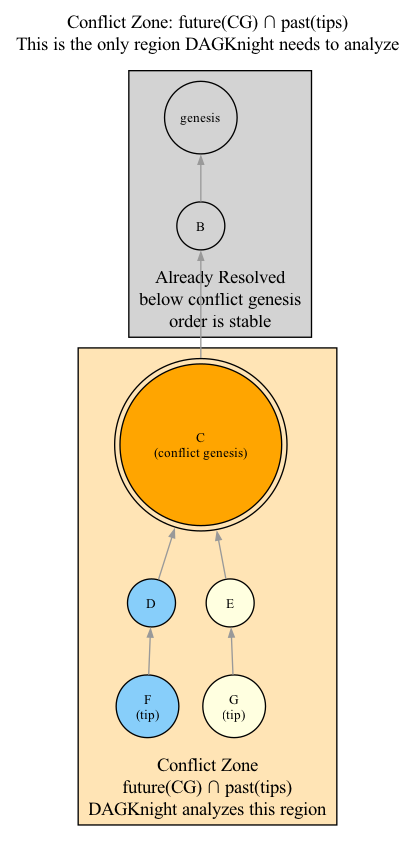
coderofstuff/dk-wiki keeps this Graphviz diagram as png/03-conflict-zone.png. Above is the earlier version. Its source is kept beside it as dot/03-conflict-zone.dot.
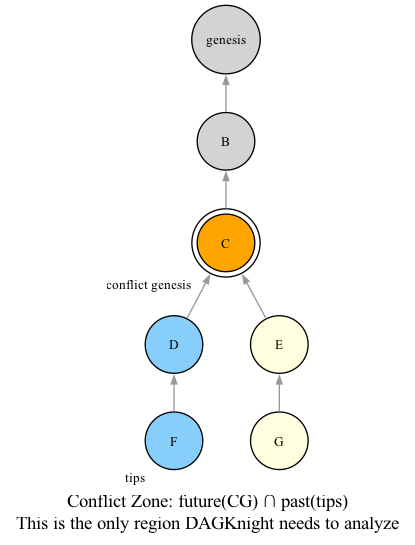
After the commit.

Change to the diagram source:
```diff
@@ -1,16 +1,17 @@
 digraph conflict_zone {
     rankdir=BT;
-    node [shape=circle, style=filled, fontsize=10];
+    nodesep=0.5;
+    ranksep=0.4;
+    node [shape=circle, style=filled, fontsize=10, width=0.6, height=0.6];
     edge [arrowsize=0.6, color=gray60];
 
     label="Conflict Zone: future(CG) ∩ past(tips)\nThis is the only region DAGKnight needs to analyze";
-    labelloc=t;
 
-    F [label="F\n(tip)", fillcolor=lightskyblue];
-    G [label="G\n(tip)", fillcolor=lightyellow];
+    F [label="F", fillcolor=lightskyblue, xlabel="tips"];
+    G [label="G", fillcolor=lightyellow];
     D [label="D", fillcolor=lightskyblue];
     E [label="E", fillcolor=lightyellow];
-    C [label="C\n(conflict genesis)", fillcolor=orange, shape=doublecircle];
+    C [label="C", fillcolor=orange, shape=doublecircle, xlabel="conflict genesis"];
     B [label="B", fillcolor=lightgray];
     GEN [label="genesis", fillcolor=lightgray];
 
@@ -21,17 +22,25 @@
     C -> B;
     B -> GEN;
 
+    { rank=same; F; G; }
+    { rank=same; D; E; }
+    { rank=same; C; }
+    { rank=same; B; }
+    { rank=same; GEN; }
+
     subgraph cluster_zone {
         label="Conflict Zone\nfuture(CG) ∩ past(tips)\nDAGKnight analyzes this region";
+        labelloc=t;
         style=filled;
         fillcolor=moccasin;
-        D; E; F; G; C;
+        F; G; D; E; C;
     }
 
     subgraph cluster_resolved {
         label="Already Resolved\nbelow conflict genesis\norder is stable";
+        labelloc=b;
         style=filled;
         fillcolor=lightgray;
-        GEN; B;
+        B; GEN;
     }
 }
```
